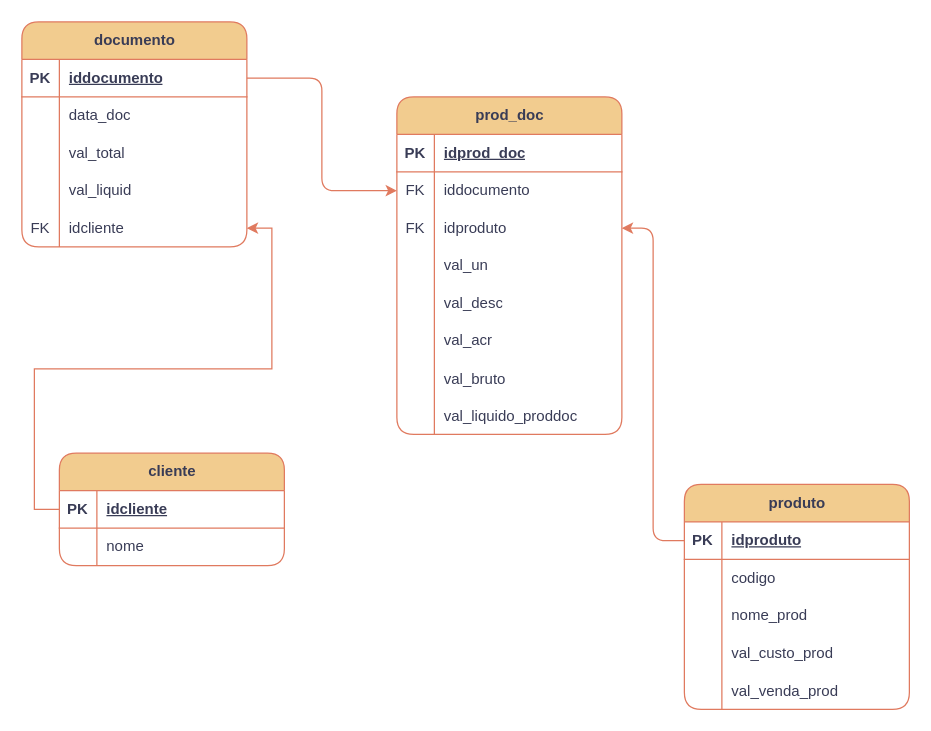
Above: DER Exercicio.drawio in Ricardo-professor/Banco-de-Dados (draw.io), before the change. Source tidied: cells renumbered, new cells numbered last; positions are measured from the earlier drawing's top-left corner, leaving out a move shared by most shapes. Both pictures are drawn from the tidied source at 125%, with x=0, y=0 at pixel (21, 21).
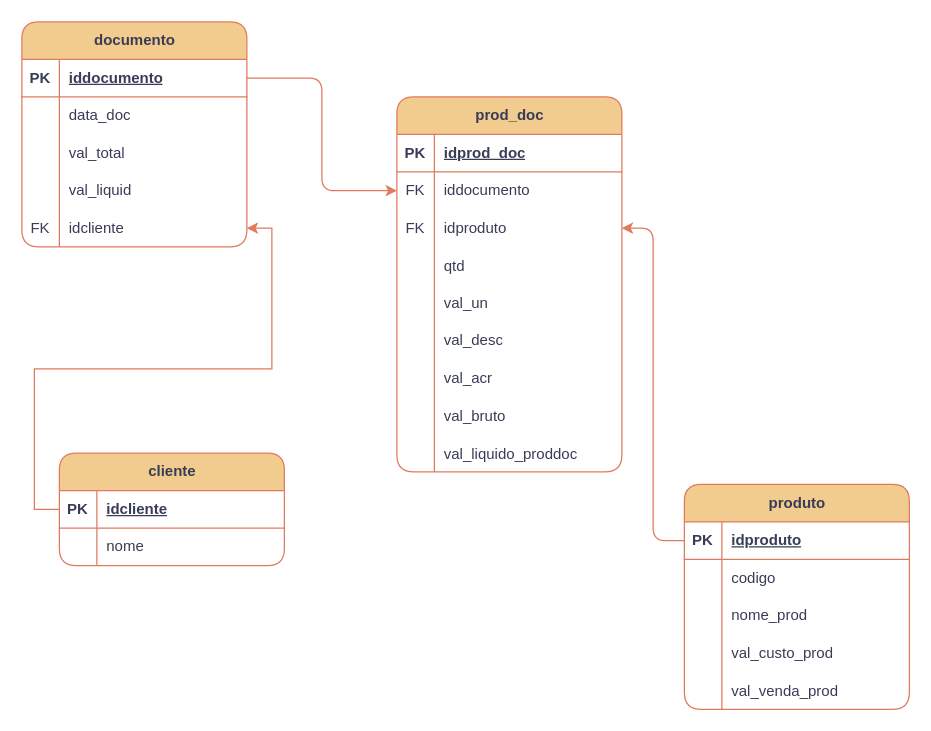
Above is the later version.

Commit message (it also covers changes not shown here):
Hotfix, DER

Change to the diagram source:
```diff
@@
     <mxCell id="34" value="prod_doc" style="shape=table;startSize=30;childLayout=tableLayout;rowLines=0;fontStyle=1;align=center;html=1;rounded=1;labelBackgroundColor=none;fillColor=#F2CC8F;strokeColor=#E07A5F;fontColor=#393C56;" parent="1" vertex="1">
-      <mxGeometry x="300" y="60" width="180" height="270" as="geometry" />
+      <mxGeometry x="300" y="60" width="180" height="300" as="geometry" />
     </mxCell>
@@
+    <mxCell id="69" style="shape=tableRow;horizontal=0;startSize=0;swimlaneHead=0;swimlaneBody=0;fillColor=none;top=0;left=0;right=0;bottom=0;strokeColor=#E07A5F;fontColor=#393C56;" parent="34" vertex="1">
+      <mxGeometry y="120" width="180" height="30" as="geometry" />
+    </mxCell>
+    <mxCell id="70" style="shape=partialRectangle;fillColor=none;top=0;left=0;bottom=0;right=0;overflow=hidden;strokeColor=#E07A5F;fontColor=#393C56;" parent="69" vertex="1">
+      <mxGeometry width="30" height="30" as="geometry" />
+    </mxCell>
+    <mxCell id="71" value="qtd" style="shape=partialRectangle;fillColor=none;top=0;left=0;bottom=0;right=0;align=left;spacingLeft=6;overflow=hidden;strokeColor=#E07A5F;fontColor=#393C56;" parent="69" vertex="1">
+      <mxGeometry x="30" width="150" height="30" as="geometry" />
+    </mxCell>
     <mxCell id="44" style="shape=tableRow;horizontal=0;startSize=0;swimlaneHead=0;swimlaneBody=0;fillColor=none;top=0;left=0;right=0;bottom=0;rounded=1;labelBackgroundColor=none;strokeColor=#E07A5F;fontColor=#393C56;" parent="34" vertex="1">
-      <mxGeometry y="120" width="180" height="30" as="geometry" />
+      <mxGeometry y="150" width="180" height="30" as="geometry" />
     </mxCell>
@@
     <mxCell id="47" style="shape=tableRow;horizontal=0;startSize=0;swimlaneHead=0;swimlaneBody=0;fillColor=none;top=0;left=0;right=0;bottom=0;rounded=1;labelBackgroundColor=none;strokeColor=#E07A5F;fontColor=#393C56;" parent="34" vertex="1">
-      <mxGeometry y="150" width="180" height="30" as="geometry" />
+      <mxGeometry y="180" width="180" height="30" as="geometry" />
     </mxCell>
@@
     <mxCell id="50" style="shape=tableRow;horizontal=0;startSize=0;swimlaneHead=0;swimlaneBody=0;fillColor=none;top=0;left=0;right=0;bottom=0;rounded=1;labelBackgroundColor=none;strokeColor=#E07A5F;fontColor=#393C56;" parent="34" vertex="1">
-      <mxGeometry y="180" width="180" height="30" as="geometry" />
+      <mxGeometry y="210" width="180" height="30" as="geometry" />
     </mxCell>
@@
     <mxCell id="53" style="shape=tableRow;horizontal=0;startSize=0;swimlaneHead=0;swimlaneBody=0;fillColor=none;top=0;left=0;right=0;bottom=0;rounded=1;labelBackgroundColor=none;strokeColor=#E07A5F;fontColor=#393C56;" parent="34" vertex="1">
-      <mxGeometry y="210" width="180" height="30" as="geometry" />
+      <mxGeometry y="240" width="180" height="30" as="geometry" />
     </mxCell>
@@
     <mxCell id="56" style="shape=tableRow;horizontal=0;startSize=0;swimlaneHead=0;swimlaneBody=0;fillColor=none;top=0;left=0;right=0;bottom=0;rounded=1;labelBackgroundColor=none;strokeColor=#E07A5F;fontColor=#393C56;" parent="34" vertex="1">
-      <mxGeometry y="240" width="180" height="30" as="geometry" />
+      <mxGeometry y="270" width="180" height="30" as="geometry" />
     </mxCell>
```
